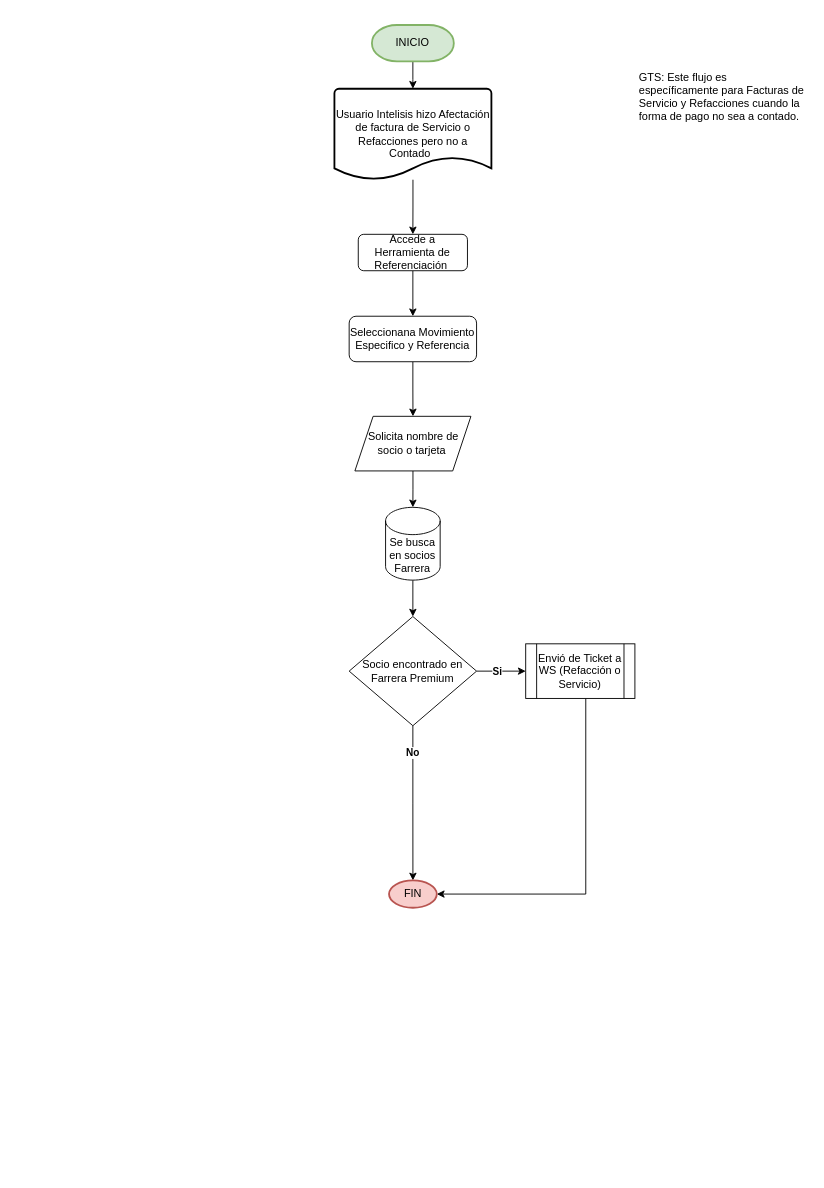
Before: Trabajo/Farrera/Programa Lealtad/Programa Lealtad Referenciar desde Herramienta.drawio in GtrujilloTS/Diagramas, a draw.io diagram. Source tidied: cells renumbered, new cells numbered last; positions are measured from the earlier drawing's top-left corner, leaving out a move shared by most shapes. Both pictures are drawn from the tidied source at 91%, with x=0, y=0 at pixel (134, 25).
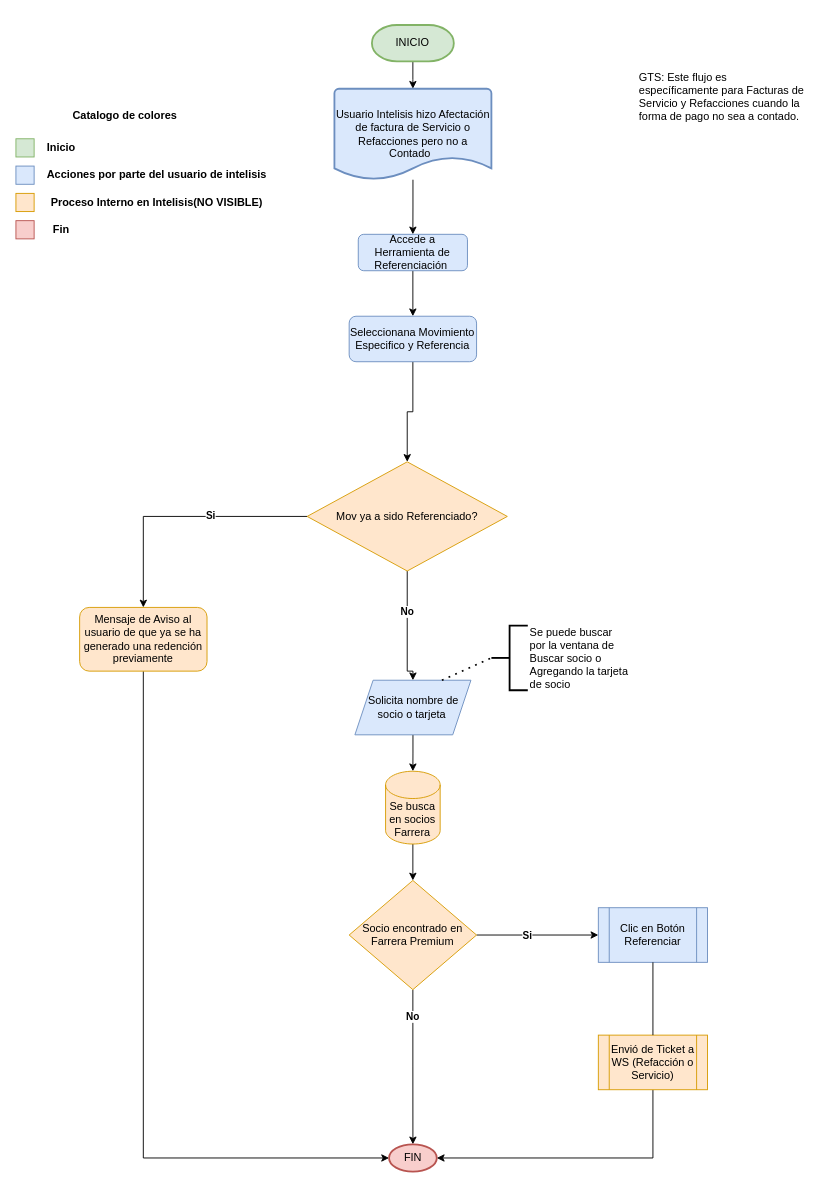
The same page after the edit.

What changed in the source:
```diff
@@
-    <mxCell id="3" value="Accede a Herramienta de Referenciación&amp;nbsp;" style="rounded=1;whiteSpace=wrap;html=1;fontSize=12;glass=0;strokeWidth=1;shadow=0;" parent="1" vertex="1">
+    <mxCell id="3" value="Accede a Herramienta de Referenciación&amp;nbsp;" style="rounded=1;whiteSpace=wrap;html=1;fontSize=12;glass=0;strokeWidth=1;shadow=0;fillColor=#dae8fc;strokeColor=#6c8ebf;" parent="1" vertex="1">
       <mxGeometry x="246.2" y="230" width="120" height="40" as="geometry" />
     </mxCell>
-    <mxCell id="4" style="edgeStyle=orthogonalEdgeStyle;rounded=0;jettySize=auto;html=1;" parent="1" edge="1" source="5" target="13">
-      <mxGeometry relative="1" as="geometry" />
-    </mxCell>
+    <mxCell id="24" style="edgeStyle=orthogonalEdgeStyle;rounded=0;jettySize=auto;html=1;entryX=0.5;entryY=0;entryDx=0;entryDy=0;" parent="1" edge="1" source="5" target="42">
+      <mxGeometry relative="1" as="geometry" />
+    </mxCell>
-    <mxCell id="5" value="Seleccionana Movimiento Especifico y Referencia&lt;br&gt;" style="rounded=1;whiteSpace=wrap;html=1;fontSize=12;glass=0;strokeWidth=1;shadow=0;" parent="1" vertex="1">
+    <mxCell id="5" value="Seleccionana Movimiento Especifico y Referencia&lt;br&gt;" style="rounded=1;whiteSpace=wrap;html=1;fontSize=12;glass=0;strokeWidth=1;shadow=0;fillColor=#dae8fc;strokeColor=#6c8ebf;" parent="1" vertex="1">
       <mxGeometry x="236.2" y="320" width="140" height="50" as="geometry" />
     </mxCell>
@@
-    <mxCell id="9" value="Usuario Intelisis hizo Afectación de factura de Servicio o Refacciones pero no a Contado&amp;nbsp;&amp;nbsp;" style="strokeWidth=2;html=1;shape=mxgraph.flowchart.document2;whiteSpace=wrap;size=0.25;" parent="1" vertex="1">
+    <mxCell id="9" value="Usuario Intelisis hizo Afectación de factura de Servicio o Refacciones pero no a Contado&amp;nbsp;&amp;nbsp;" style="strokeWidth=2;html=1;shape=mxgraph.flowchart.document2;whiteSpace=wrap;size=0.25;fillColor=#dae8fc;strokeColor=#6c8ebf;" parent="1" vertex="1">
       <mxGeometry x="220" y="70" width="172.5" height="100" as="geometry" />
     </mxCell>
-    <mxCell id="10" style="edgeStyle=orthogonalEdgeStyle;rounded=0;jettySize=auto;html=1;entryX=1;entryY=0.5;entryDx=0;entryDy=0;entryPerimeter=0;" parent="1" edge="1" source="11" target="19">
-      <mxGeometry relative="1" as="geometry">
-        <Array as="points">
-          <mxPoint x="496.2" y="955" />
-        </Array>
-      </mxGeometry>
-    </mxCell>
-    <mxCell id="11" value="Envió de Ticket a WS (Refacción o Servicio)" style="shape=process;whiteSpace=wrap;html=1;backgroundOutline=1;" parent="1" vertex="1">
-      <mxGeometry x="430.2" y="680" width="120" height="60" as="geometry" />
+    <mxCell id="11" value="Clic en Botón Referenciar" style="shape=process;whiteSpace=wrap;html=1;backgroundOutline=1;fillColor=#dae8fc;strokeColor=#6c8ebf;" parent="1" vertex="1">
+      <mxGeometry x="510" y="970" width="120" height="60" as="geometry" />
     </mxCell>
@@
-    <mxCell id="13" value="Solicita nombre de socio o tarjeta&amp;nbsp;" style="shape=parallelogram;perimeter=parallelogramPerimeter;whiteSpace=wrap;html=1;fixedSize=1;" parent="1" vertex="1">
-      <mxGeometry x="242.5" y="430" width="127.5" height="60" as="geometry" />
+    <mxCell id="13" value="Solicita nombre de socio o tarjeta&amp;nbsp;" style="shape=parallelogram;perimeter=parallelogramPerimeter;whiteSpace=wrap;html=1;fixedSize=1;fillColor=#dae8fc;strokeColor=#6c8ebf;" parent="1" vertex="1">
+      <mxGeometry x="242.5" y="720" width="127.5" height="60" as="geometry" />
     </mxCell>
@@
-    <mxCell id="18" value="Socio encontrado en Farrera Premium&lt;br&gt;" style="rhombus;whiteSpace=wrap;html=1;" parent="1" vertex="1">
-      <mxGeometry x="236.2" y="650" width="140" height="120" as="geometry" />
+    <mxCell id="18" value="Socio encontrado en Farrera Premium&lt;br&gt;" style="rhombus;whiteSpace=wrap;html=1;fillColor=#ffe6cc;strokeColor=#d79b00;" parent="1" vertex="1">
+      <mxGeometry x="236.2" y="940" width="140" height="120" as="geometry" />
     </mxCell>
     <mxCell id="19" value="FIN" style="strokeWidth=2;html=1;shape=mxgraph.flowchart.start_1;whiteSpace=wrap;fillColor=#f8cecc;strokeColor=#b85450;" parent="1" vertex="1">
-      <mxGeometry x="280" y="940" width="52.5" height="30" as="geometry" />
+      <mxGeometry x="280" y="1230" width="52.5" height="30" as="geometry" />
     </mxCell>
@@
-    <mxCell id="21" value="Se busca en socios Farrera&lt;br&gt;" style="shape=cylinder3;whiteSpace=wrap;html=1;boundedLbl=1;backgroundOutline=1;size=15;" parent="1" vertex="1">
-      <mxGeometry x="276.2" y="530" width="60" height="80" as="geometry" />
+    <mxCell id="21" value="Se busca en socios Farrera&lt;br&gt;" style="shape=cylinder3;whiteSpace=wrap;html=1;boundedLbl=1;backgroundOutline=1;size=15;fillColor=#ffe6cc;strokeColor=#d79b00;" parent="1" vertex="1">
+      <mxGeometry x="276.2" y="820" width="60" height="80" as="geometry" />
     </mxCell>
@@
+    <mxCell id="25" style="edgeStyle=orthogonalEdgeStyle;rounded=0;jettySize=auto;html=1;entryX=1;entryY=0.5;entryDx=0;entryDy=0;entryPerimeter=0;exitX=0.5;exitY=1;exitDx=0;exitDy=0;startArrow=none;" parent="1" edge="1" source="36" target="19">
+      <mxGeometry relative="1" as="geometry" />
+    </mxCell>
+    <mxCell id="26" style="rounded=0;whiteSpace=wrap;html=1;fillColor=#dae8fc;strokeColor=#6c8ebf;" parent="1" vertex="1">
+      <mxGeometry x="-130" y="155" width="20" height="20" as="geometry" />
+    </mxCell>
+    <mxCell id="27" style="rounded=0;whiteSpace=wrap;html=1;fillColor=#ffe6cc;strokeColor=#d79b00;" parent="1" vertex="1">
+      <mxGeometry x="-130" y="185" width="20" height="20" as="geometry" />
+    </mxCell>
+    <mxCell id="28" style="rounded=0;whiteSpace=wrap;html=1;fillColor=#d5e8d4;strokeColor=#82b366;" parent="1" vertex="1">
+      <mxGeometry x="-130" y="125" width="20" height="20" as="geometry" />
+    </mxCell>
+    <mxCell id="29" style="rounded=0;whiteSpace=wrap;html=1;fillColor=#f8cecc;strokeColor=#b85450;" parent="1" vertex="1">
+      <mxGeometry x="-130" y="215" width="20" height="20" as="geometry" />
+    </mxCell>
+    <mxCell id="30" value="&lt;b&gt;Inicio&lt;/b&gt;" style="text;html=1;strokeColor=none;fillColor=none;align=center;verticalAlign=middle;whiteSpace=wrap;rounded=0;" parent="1" vertex="1">
+      <mxGeometry x="-100" y="125" width="40" height="20" as="geometry" />
+    </mxCell>
+    <mxCell id="31" value="&lt;b&gt;Acciones por parte del usuario de intelisis&lt;/b&gt;" style="text;html=1;strokeColor=none;fillColor=none;align=center;verticalAlign=middle;whiteSpace=wrap;rounded=0;" parent="1" vertex="1">
+      <mxGeometry x="-100" y="155" width="250" height="20" as="geometry" />
+    </mxCell>
+    <mxCell id="32" value="&lt;b&gt;Fin&lt;/b&gt;" style="text;html=1;strokeColor=none;fillColor=none;align=center;verticalAlign=middle;whiteSpace=wrap;rounded=0;" parent="1" vertex="1">
+      <mxGeometry x="-95" y="215" width="30" height="20" as="geometry" />
+    </mxCell>
+    <mxCell id="33" value="Catalogo de colores" style="text;html=1;strokeColor=none;fillColor=none;align=center;verticalAlign=middle;whiteSpace=wrap;rounded=0;fontStyle=1;" parent="1" vertex="1">
+      <mxGeometry x="-110" y="90" width="200" height="20" as="geometry" />
+    </mxCell>
+    <mxCell id="34" value="Se puede buscar &lt;br&gt;por la ventana de &lt;br&gt;Buscar socio o &lt;br&gt;Agregando la tarjeta&lt;br&gt;de socio" style="strokeWidth=2;html=1;shape=mxgraph.flowchart.annotation_2;align=left;labelPosition=right;" parent="1" vertex="1">
+      <mxGeometry x="392.5" y="660" width="40" height="71" as="geometry" />
+    </mxCell>
+    <mxCell id="35" style="endArrow=none;dashed=1;html=1;dashPattern=1 3;strokeWidth=2;entryX=0;entryY=0.5;entryDx=0;entryDy=0;entryPerimeter=0;exitX=0.75;exitY=0;exitDx=0;exitDy=0;" parent="1" edge="1" source="13" target="34">
+      <mxGeometry relative="1" as="geometry" />
+    </mxCell>
+    <mxCell id="36" value="Envió de Ticket a WS (Refacción o Servicio)" style="shape=process;whiteSpace=wrap;html=1;backgroundOutline=1;fillColor=#ffe6cc;strokeColor=#d79b00;" parent="1" vertex="1">
+      <mxGeometry x="510" y="1110" width="120" height="60" as="geometry" />
+    </mxCell>
+    <mxCell id="37" style="edgeStyle=orthogonalEdgeStyle;rounded=0;jettySize=auto;html=1;entryX=0.5;entryY=0;entryDx=0;entryDy=0;exitX=0.5;exitY=1;exitDx=0;exitDy=0;endArrow=none;" parent="1" edge="1" source="11" target="36">
+      <mxGeometry relative="1" as="geometry" />
+    </mxCell>
+    <mxCell id="38" style="edgeStyle=orthogonalEdgeStyle;rounded=0;jettySize=auto;html=1;entryX=0.5;entryY=0;entryDx=0;entryDy=0;exitX=0.5;exitY=1;exitDx=0;exitDy=0;" parent="1" edge="1" source="42" target="13">
+      <mxGeometry relative="1" as="geometry">
+        <Array as="points">
+          <mxPoint x="300" y="710" />
+          <mxPoint x="306" y="710" />
+        </Array>
+      </mxGeometry>
+    </mxCell>
+    <mxCell id="39" value="&lt;b&gt;No&lt;/b&gt;" style="edgeLabel;html=1;align=center;verticalAlign=middle;" parent="38" vertex="1">
+      <mxGeometry x="-0.3" y="-1" relative="1" as="geometry" />
+    </mxCell>
+    <mxCell id="40" style="edgeStyle=orthogonalEdgeStyle;rounded=0;jettySize=auto;html=1;entryX=0.5;entryY=0;entryDx=0;entryDy=0;" parent="1" edge="1" source="42" target="44">
+      <mxGeometry relative="1" as="geometry" />
+    </mxCell>
+    <mxCell id="41" value="Si" style="edgeLabel;html=1;align=center;verticalAlign=middle;fontStyle=1;" parent="40" vertex="1">
+      <mxGeometry x="-0.24" y="-2" relative="1" as="geometry">
+        <mxPoint x="-1" as="offset" />
+      </mxGeometry>
+    </mxCell>
+    <mxCell id="42" value="Mov ya a sido Referenciado?" style="rhombus;whiteSpace=wrap;html=1;fillColor=#ffe6cc;strokeColor=#d79b00;" parent="1" vertex="1">
+      <mxGeometry x="190" y="480" width="220" height="120" as="geometry" />
+    </mxCell>
+    <mxCell id="43" style="edgeStyle=orthogonalEdgeStyle;rounded=0;jettySize=auto;html=1;entryX=0;entryY=0.5;entryDx=0;entryDy=0;entryPerimeter=0;" parent="1" edge="1" source="44" target="19">
+      <mxGeometry relative="1" as="geometry">
+        <Array as="points">
+          <mxPoint x="10" y="1245" />
+        </Array>
+      </mxGeometry>
+    </mxCell>
+    <mxCell id="44" value="Mensaje de Aviso al usuario de que ya se ha generado una redención previamente" style="rounded=1;whiteSpace=wrap;html=1;fillColor=#ffe6cc;strokeColor=#d79b00;" parent="1" vertex="1">
+      <mxGeometry x="-60" y="640" width="140" height="70" as="geometry" />
+    </mxCell>
+    <mxCell id="45" value="&lt;b&gt;Proceso Interno en Intelisis(NO VISIBLE)&lt;/b&gt;" style="text;html=1;strokeColor=none;fillColor=none;align=center;verticalAlign=middle;whiteSpace=wrap;rounded=0;" parent="1" vertex="1">
+      <mxGeometry x="-95" y="185" width="240" height="20" as="geometry" />
+    </mxCell>
```
